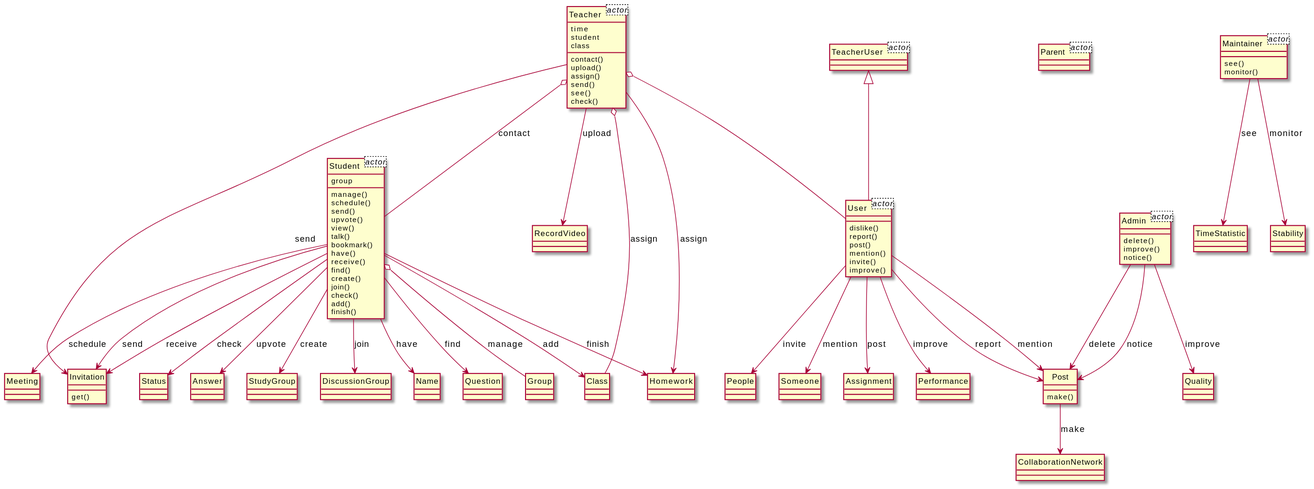
Above: output/diagram_5/2019-USC-Project03.svg in xixixhalu/DomainModelExtractor (PlantUML), before the change.
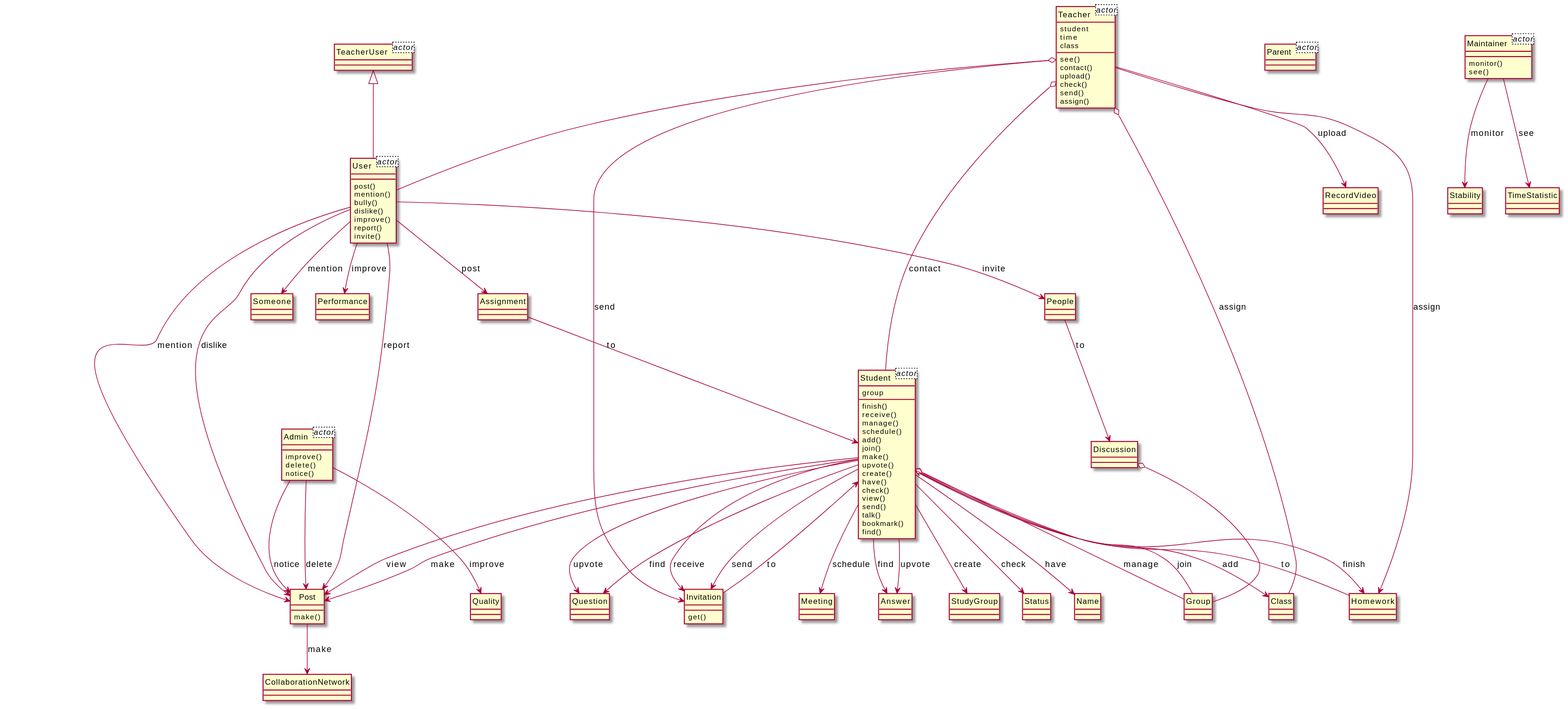
Above is the later version.

What changed in the source:
```diff
@@ -4,8 +4,8 @@
 	group
 }
 class Teacher<actor> {
+	student
 	time
-	student
 	class
 }
 class Parent<actor> {
@@ -18,69 +18,85 @@
 }
 class Admin<actor> {
 }
+class User {
+	post()
+	mention()
+	bully()
+	dislike()
+	improve()
+	report()
+	invite()
+}
 class Student {
+	finish()
+	receive()
 	manage()
 	schedule()
+	add()
+	join()
+	make()
+	upvote()
+	create()
+	have()
+	check()
+	view()
 	send()
-	upvote()
-	view()
 	talk()
 	bookmark()
-	have()
-	receive()
 	find()
-	create()
-	join()
-	check()
-	add()
-	finish()
 }
-class Status {
-}
-class Meeting {
+class Invitation {
+	get()
 }
 class Teacher {
+	see()
 	contact()
 	upload()
+	check()
+	send()
 	assign()
-	send()
-	see()
-	check()
-}
-class Class {
-}
-class Admin {
-	delete()
-	improve()
-	notice()
 }
 class Post {
 	make()
-}
-class Answer {
-}
-class User {
-	dislike()
-	report()
-	post()
-	mention()
-	invite()
-	improve()
-}
-class StudyGroup {
-}
-class DiscussionGroup {
-}
-class Invitation {
-	get()
 }
 class Homework {
 }
 class Someone {
 }
+class Question {
+}
 class CollaborationNetwork {
 }
 class Assignment {
+}
+class Meeting {
+}
+class Answer {
+}
+class Class {
+}
+class Group {
+}
+class Maintainer {
+	monitor()
+	see()
+}
+class Stability {
+}
+class Admin {
+	improve()
+	delete()
+	notice()
+}
+class TimeStatistic {
+}
+class StudyGroup {
+}
+class RecordVideo {
+}
+class Quality {
+}
+class Status {
 }
 class Performance {
 }
@@ -88,53 +104,49 @@
 }
 class People {
 }
-class Maintainer {
-	see()
-	monitor()
-}
-class TimeStatistic {
-}
-class RecordVideo {
-}
-class Question {
-}
-class Group {
-}
-class Stability {
-}
-class Quality {
+class Discussion {
 }
 class TeacherUser {
 }
+Student --> Post : view
+User --> Performance : improve
+Teacher --> Homework : assign
+Student --> Invitation : receive
+Student --> Homework : finish
+Student --> Name : have
+User --> Post : dislike
+User --> Post : mention
+Maintainer --> Stability : monitor
+Teacher --> Invitation : send
+Teacher o-- Class : assign
+Admin --> Post : delete
+Student --> Invitation : send
+Admin --> Post : notice
 Student o-- Group : manage
+User --> Someone : mention
+Student --> Question : upvote
+User --> People : invite
+Assignment --> Student : to
+Student --> Question : find
+Maintainer --> TimeStatistic : see
+Invitation --> Student : to
+People --> Discussion : to
+Post --> CollaborationNetwork : make
+Student --> StudyGroup : create
+Discussion o-- Group
+User --> Assignment : post
+Teacher --> RecordVideo : upload
 TeacherUser <|-- User
-Admin --> Post : delete
-Student --> Homework : finish
-Admin --> Post : notice
-Maintainer --> Stability : monitor
-User --> Assignment : post
-Teacher o-- Class : assign
+Student --> Answer : upvote
+Student --> Meeting : schedule
 User --> Post : report
-Student --> Answer : upvote
+Student o-- Group : join
+Teacher o-- User
+Homework --> Student : to
 Admin --> Quality : improve
+Student --> Answer : find
+Student --> Post : make
+Student --> Status : check
 Student --> Class : add
-Teacher o-- User
-User --> Performance : improve
-User --> Post : mention
-Student --> Name : have
-Student --> Status : check
-Student --> StudyGroup : create
-User --> People : invite
-Teacher --> Invitation : send
-Student --> DiscussionGroup : join
-Student --> Meeting : schedule
-Maintainer --> TimeStatistic : see
-Student --> Invitation : receive
-Student --> Invitation : send
-Teacher --> Homework : assign
-Teacher --> RecordVideo : upload
-User --> Someone : mention
-Student --> Question : find
 Teacher o-- Student : contact
-Post --> CollaborationNetwork : make
 @enduml
```
